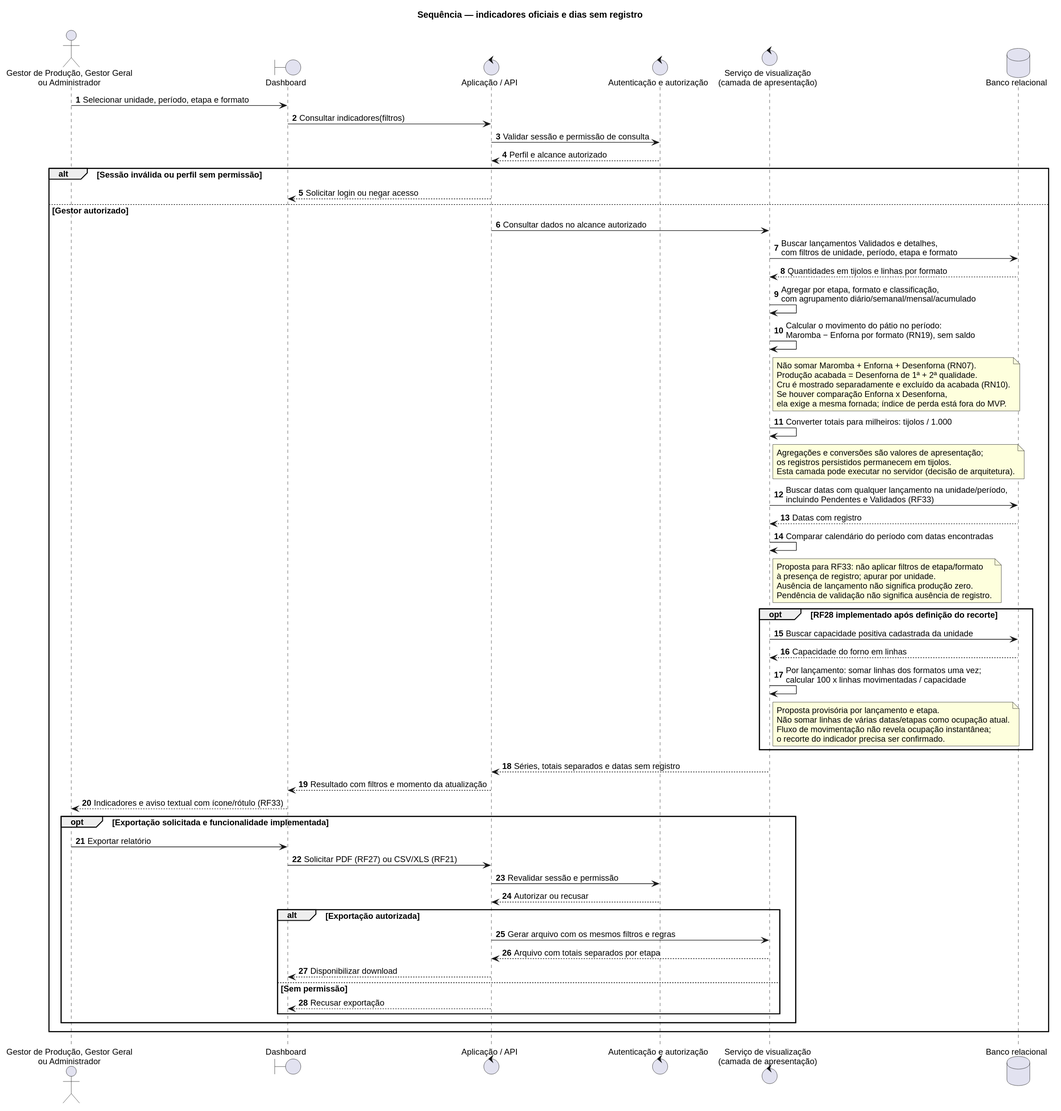
The PlantUML diagram docs/uml/svg/06_sequencia_consultar_indicadores.svg in emilynerys/Projeto-Cer-mica-SOCRE, before a commit.
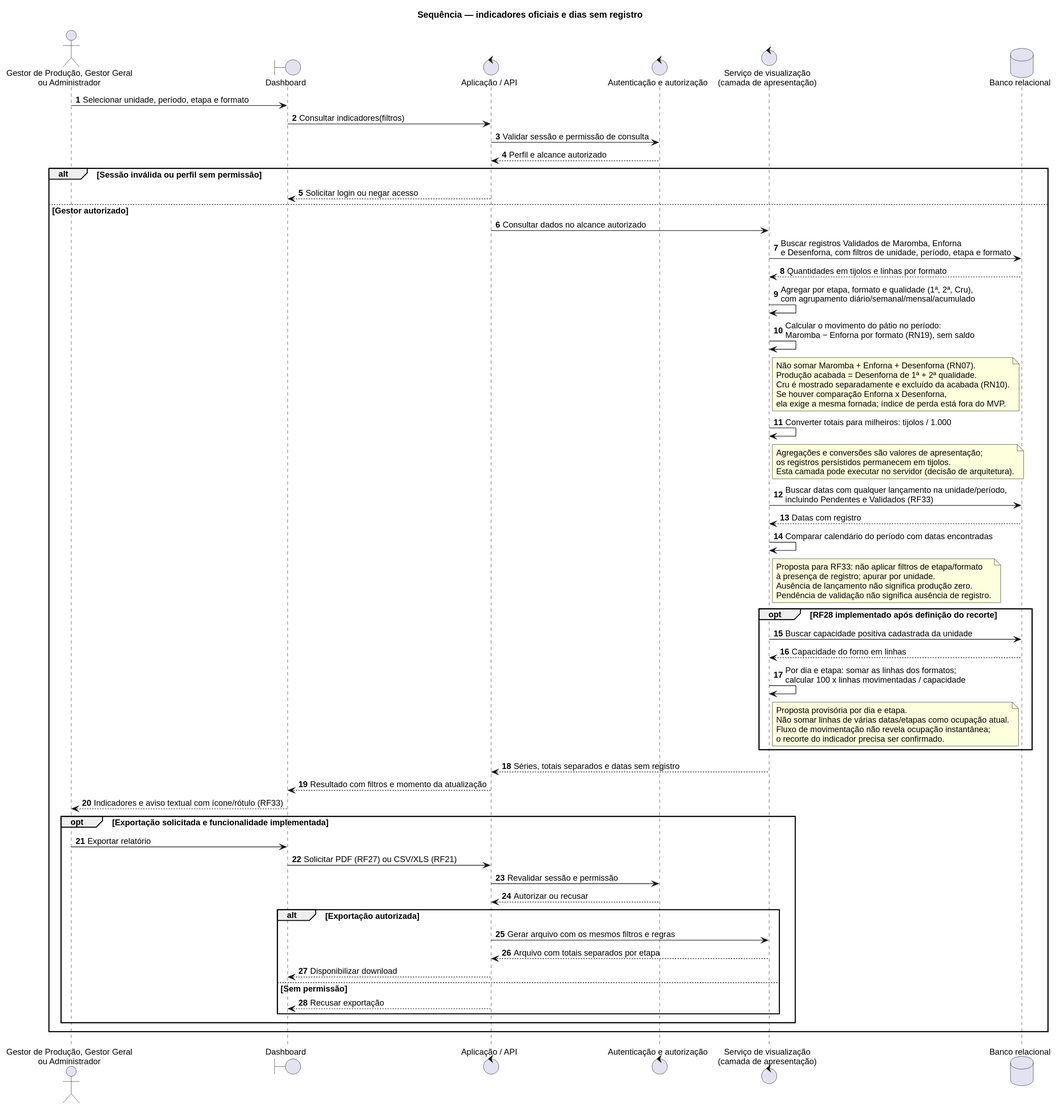
After the change.

The edit, as a diff of the source:
```diff
@@ -20,9 +20,9 @@
   API --> Tela : Solicitar login ou negar acesso
 else Gestor autorizado
   API -> BI : Consultar dados no alcance autorizado
-  BI -> BD : Buscar lançamentos Validados e detalhes,\ncom filtros de unidade, período, etapa e formato
+  BI -> BD : Buscar registros Validados de Maromba, Enforna\ne Desenforna, com filtros de unidade, período, etapa e formato
   BD --> BI : Quantidades em tijolos e linhas por formato
-  BI -> BI : Agregar por etapa, formato e classificação,\ncom agrupamento diário/semanal/mensal/acumulado
+  BI -> BI : Agregar por etapa, formato e qualidade (1ª, 2ª, Cru),\ncom agrupamento diário/semanal/mensal/acumulado
   BI -> BI : Calcular o movimento do pátio no período:\nMaromba − Enforna por formato (RN19), sem saldo
   note right of BI
     Não somar Maromba + Enforna + Desenforna (RN07).
@@ -49,9 +49,9 @@
   opt RF28 implementado após definição do recorte
     BI -> BD : Buscar capacidade positiva cadastrada da unidade
     BD --> BI : Capacidade do forno em linhas
-    BI -> BI : Por lançamento: somar linhas dos formatos uma vez;\ncalcular 100 x linhas movimentadas / capacidade
+    BI -> BI : Por dia e etapa: somar as linhas dos formatos;\ncalcular 100 x linhas movimentadas / capacidade
     note right of BI
-      Proposta provisória por lançamento e etapa.
+      Proposta provisória por dia e etapa.
       Não somar linhas de várias datas/etapas como ocupação atual.
       Fluxo de movimentação não revela ocupação instantânea;
       o recorte do indicador precisa ser confirmado.
```
